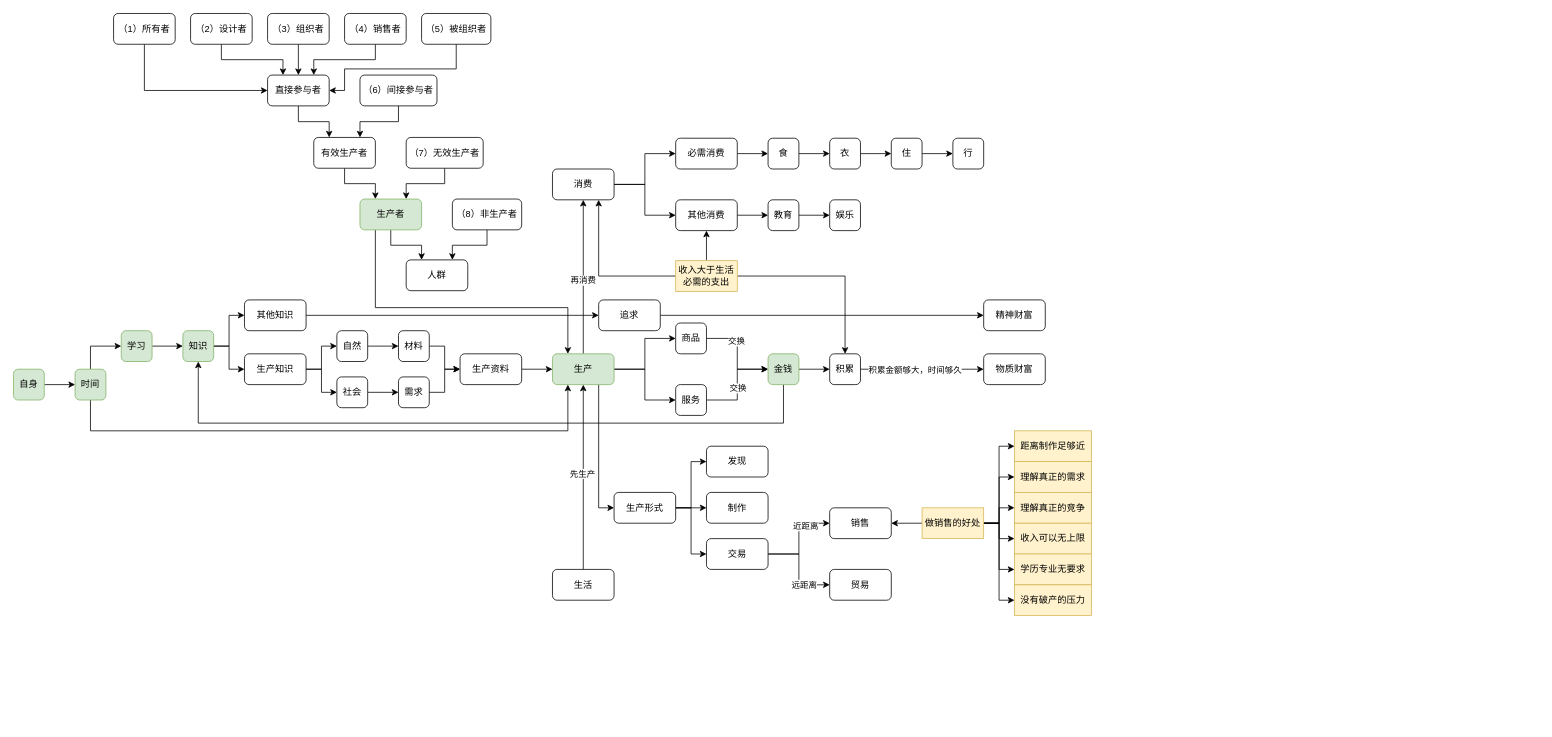
The draw.io diagram 财富的真相.drawio in yanhanfrontend/draw.io.workspace, before the edit. Source tidied: cells renumbered, new cells numbered last; positions are measured from the earlier drawing's top-left corner, leaving out a move shared by most shapes. Both pictures are drawn from the tidied source at 77%, with x=0, y=0 at pixel (13, 13).
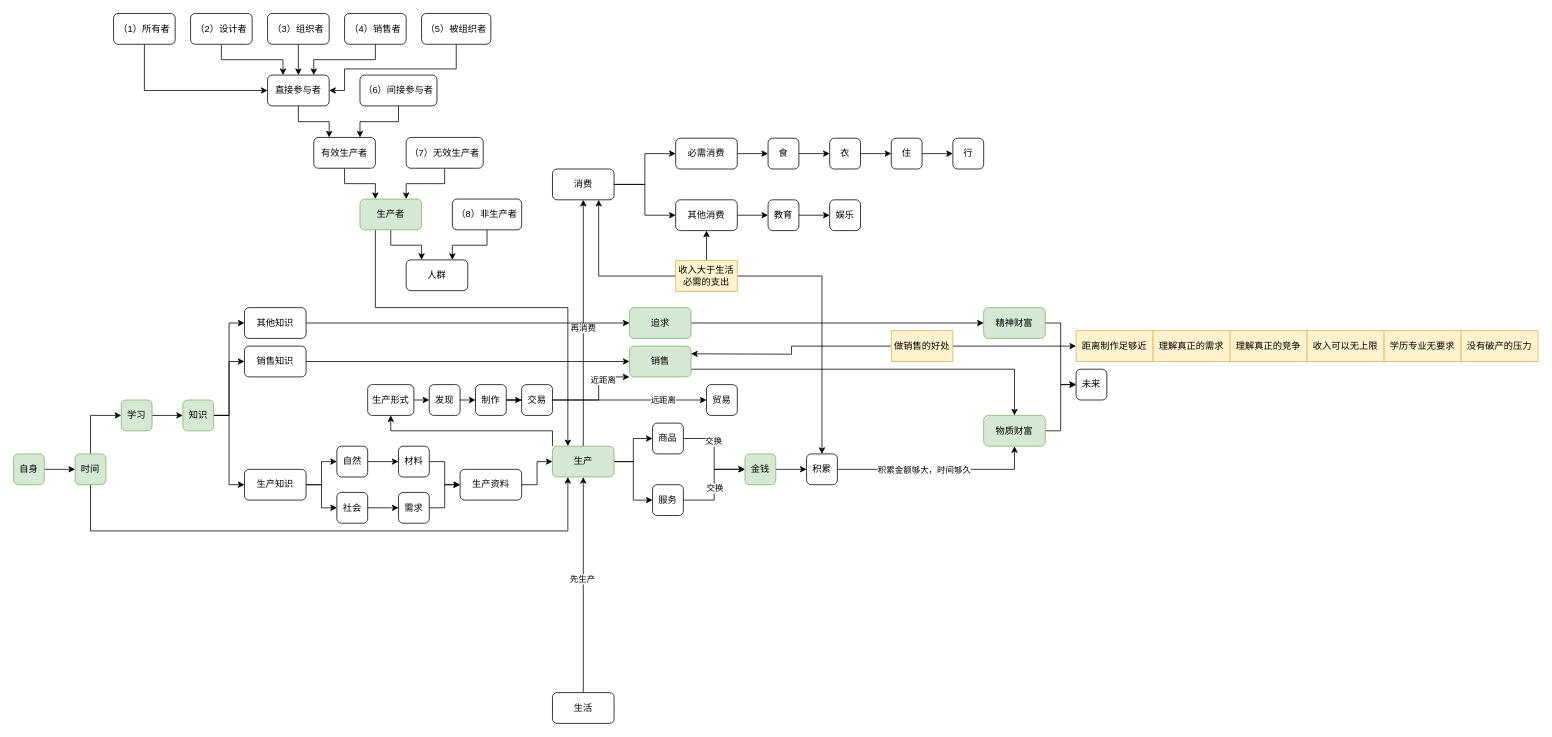
After the change.

Commit message (it also covers changes not shown here):
更新财富的真相.drawio

The edit, as a diff of the source:
```diff
@@
     <mxCell id="4" value="生活" style="rounded=1;whiteSpace=wrap;html=1;" parent="1" vertex="1">
-      <mxGeometry x="700" y="722" width="80" height="40" as="geometry" />
+      <mxGeometry x="700" y="882" width="80" height="40" as="geometry" />
     </mxCell>
@@
-    <mxCell id="9" style="edgeStyle=orthogonalEdgeStyle;rounded=0;jettySize=auto;html=1;exitX=0.75;exitY=1;exitDx=0;exitDy=0;entryX=0;entryY=0.5;entryDx=0;entryDy=0;" parent="1" edge="1" source="10" target="92">
-      <mxGeometry relative="1" as="geometry" />
+    <mxCell id="9" style="edgeStyle=orthogonalEdgeStyle;rounded=0;jettySize=auto;html=1;exitX=0;exitY=0;exitDx=0;exitDy=0;entryX=0.5;entryY=1;entryDx=0;entryDy=0;" parent="1" edge="1" source="10" target="92">
+      <mxGeometry relative="1" as="geometry">
+        <Array as="points">
+          <mxPoint x="700" y="542" />
+          <mxPoint x="490" y="542" />
+        </Array>
+      </mxGeometry>
     </mxCell>
     <mxCell id="10" value="生产" style="rounded=1;whiteSpace=wrap;html=1;fillColor=#d5e8d4;strokeColor=#82b366;" parent="1" vertex="1">
-      <mxGeometry x="700" y="442" width="80" height="40" as="geometry" />
+      <mxGeometry x="700" y="562" width="80" height="40" as="geometry" />
     </mxCell>
@@
     <mxCell id="30" value="商品" style="rounded=1;whiteSpace=wrap;html=1;" parent="1" vertex="1">
-      <mxGeometry x="860" y="402" width="40" height="40" as="geometry" />
+      <mxGeometry x="830" y="532" width="40" height="40" as="geometry" />
     </mxCell>
@@
     <mxCell id="33" value="服务" style="rounded=1;whiteSpace=wrap;html=1;" parent="1" vertex="1">
-      <mxGeometry x="860" y="482" width="40" height="40" as="geometry" />
+      <mxGeometry x="830" y="612" width="40" height="40" as="geometry" />
     </mxCell>
-    <mxCell id="34" style="edgeStyle=orthogonalEdgeStyle;rounded=0;jettySize=auto;html=1;exitX=1;exitY=0.5;exitDx=0;exitDy=0;entryX=0;entryY=0.5;entryDx=0;entryDy=0;" parent="1" edge="1" source="44" target="39">
+    <mxCell id="34" style="edgeStyle=orthogonalEdgeStyle;rounded=0;jettySize=auto;html=1;exitX=1;exitY=0.5;exitDx=0;exitDy=0;entryX=0.5;entryY=1;entryDx=0;entryDy=0;" parent="1" edge="1" source="44" target="39">
       <mxGeometry relative="1" as="geometry" />
     </mxCell>
@@
-    <mxCell id="37" style="edgeStyle=orthogonalEdgeStyle;rounded=0;jettySize=auto;html=1;exitX=0.5;exitY=1;exitDx=0;exitDy=0;entryX=0.5;entryY=1;entryDx=0;entryDy=0;" parent="1" edge="1" source="38" target="62">
-      <mxGeometry relative="1" as="geometry">
-        <Array as="points">
-          <mxPoint x="1000" y="532" />
-          <mxPoint x="240" y="532" />
-        </Array>
-      </mxGeometry>
-    </mxCell>
     <mxCell id="38" value="金钱" style="rounded=1;whiteSpace=wrap;html=1;fillColor=#d5e8d4;strokeColor=#82b366;" parent="1" vertex="1">
-      <mxGeometry x="980" y="442" width="40" height="40" as="geometry" />
+      <mxGeometry x="950" y="572" width="40" height="40" as="geometry" />
     </mxCell>
+    <mxCell id="124" style="edgeStyle=orthogonalEdgeStyle;rounded=0;jettySize=auto;html=1;exitX=1;exitY=0.5;exitDx=0;exitDy=0;entryX=0;entryY=0.5;entryDx=0;entryDy=0;" parent="1" edge="1" source="39" target="133">
+      <mxGeometry relative="1" as="geometry" />
+    </mxCell>
-    <mxCell id="39" value="物质财富" style="rounded=1;whiteSpace=wrap;html=1;" parent="1" vertex="1">
-      <mxGeometry x="1260" y="442" width="80" height="40" as="geometry" />
+    <mxCell id="39" value="物质财富" style="rounded=1;whiteSpace=wrap;html=1;fillColor=#d5e8d4;strokeColor=#82b366;" parent="1" vertex="1">
+      <mxGeometry x="1260" y="522" width="80" height="40" as="geometry" />
     </mxCell>
@@
     <mxCell id="44" value="积累" style="rounded=1;whiteSpace=wrap;html=1;" parent="1" vertex="1">
-      <mxGeometry x="1060" y="442" width="40" height="40" as="geometry" />
+      <mxGeometry x="1030" y="572" width="40" height="40" as="geometry" />
     </mxCell>
@@
     <mxCell id="46" value="生产资料" style="rounded=1;whiteSpace=wrap;html=1;" parent="1" vertex="1">
-      <mxGeometry x="580" y="442" width="80" height="40" as="geometry" />
+      <mxGeometry x="580" y="592" width="80" height="40" as="geometry" />
     </mxCell>
@@
     <mxCell id="48" value="材料" style="rounded=1;whiteSpace=wrap;html=1;" parent="1" vertex="1">
-      <mxGeometry x="500" y="412" width="40" height="40" as="geometry" />
+      <mxGeometry x="500" y="562" width="40" height="40" as="geometry" />
     </mxCell>
@@
     <mxCell id="50" value="需求" style="rounded=1;whiteSpace=wrap;html=1;" parent="1" vertex="1">
-      <mxGeometry x="500" y="472" width="40" height="40" as="geometry" />
+      <mxGeometry x="500" y="622" width="40" height="40" as="geometry" />
     </mxCell>
     <mxCell id="51" style="edgeStyle=orthogonalEdgeStyle;rounded=0;jettySize=auto;html=1;exitX=0.5;exitY=1;exitDx=0;exitDy=0;entryX=0.25;entryY=1;entryDx=0;entryDy=0;" parent="1" edge="1" source="53" target="10">
       <mxGeometry relative="1" as="geometry">
         <Array as="points">
-          <mxPoint x="100" y="542" />
-          <mxPoint x="720" y="542" />
+          <mxPoint x="100" y="672" />
+          <mxPoint x="720" y="672" />
         </Array>
       </mxGeometry>
     </mxCell>
@@
     <mxCell id="53" value="时间" style="rounded=1;whiteSpace=wrap;html=1;fillColor=#d5e8d4;strokeColor=#82b366;" parent="1" vertex="1">
-      <mxGeometry x="80" y="462" width="40" height="40" as="geometry" />
+      <mxGeometry x="80" y="572" width="40" height="40" as="geometry" />
     </mxCell>
@@
     <mxCell id="55" value="自然" style="rounded=1;whiteSpace=wrap;html=1;" parent="1" vertex="1">
-      <mxGeometry x="420" y="412" width="40" height="40" as="geometry" />
+      <mxGeometry x="420" y="562" width="40" height="40" as="geometry" />
     </mxCell>
@@
     <mxCell id="57" value="社会" style="rounded=1;whiteSpace=wrap;html=1;" parent="1" vertex="1">
-      <mxGeometry x="420" y="472" width="40" height="40" as="geometry" />
+      <mxGeometry x="420" y="622" width="40" height="40" as="geometry" />
     </mxCell>
@@
     <mxCell id="59" value="自身" style="rounded=1;whiteSpace=wrap;html=1;fillColor=#d5e8d4;strokeColor=#82b366;" parent="1" vertex="1">
-      <mxGeometry y="462" width="40" height="40" as="geometry" />
+      <mxGeometry y="572" width="40" height="40" as="geometry" />
     </mxCell>
@@
+    <mxCell id="125" style="edgeStyle=orthogonalEdgeStyle;rounded=0;jettySize=auto;html=1;exitX=1;exitY=0.5;exitDx=0;exitDy=0;entryX=0;entryY=0.5;entryDx=0;entryDy=0;" parent="1" edge="1" source="62" target="132">
+      <mxGeometry relative="1" as="geometry" />
+    </mxCell>
     <mxCell id="62" value="知识" style="rounded=1;whiteSpace=wrap;html=1;fillColor=#d5e8d4;strokeColor=#82b366;" parent="1" vertex="1">
-      <mxGeometry x="220" y="412" width="40" height="40" as="geometry" />
+      <mxGeometry x="220" y="502" width="40" height="40" as="geometry" />
     </mxCell>
@@
     <mxCell id="64" value="学习" style="rounded=1;whiteSpace=wrap;html=1;fillColor=#d5e8d4;strokeColor=#82b366;" parent="1" vertex="1">
-      <mxGeometry x="140" y="412" width="40" height="40" as="geometry" />
+      <mxGeometry x="140" y="502" width="40" height="40" as="geometry" />
     </mxCell>
@@
-    <mxCell id="90" style="edgeStyle=orthogonalEdgeStyle;rounded=0;jettySize=auto;html=1;exitX=1;exitY=0.5;exitDx=0;exitDy=0;entryX=0;entryY=0.5;entryDx=0;entryDy=0;" parent="1" edge="1" source="92" target="94">
-      <mxGeometry relative="1" as="geometry" />
-    </mxCell>
-    <mxCell id="91" style="edgeStyle=orthogonalEdgeStyle;rounded=0;jettySize=auto;html=1;exitX=1;exitY=0.5;exitDx=0;exitDy=0;entryX=0;entryY=0.5;entryDx=0;entryDy=0;" parent="1" edge="1" source="92" target="99">
-      <mxGeometry relative="1" as="geometry" />
-    </mxCell>
     <mxCell id="92" value="生产形式" style="rounded=1;whiteSpace=wrap;html=1;" parent="1" vertex="1">
-      <mxGeometry x="780" y="622" width="80" height="40" as="geometry" />
+      <mxGeometry x="460" y="482" width="60" height="40" as="geometry" />
     </mxCell>
+    <mxCell id="126" style="edgeStyle=orthogonalEdgeStyle;rounded=0;jettySize=auto;html=1;exitX=1;exitY=0.5;exitDx=0;exitDy=0;entryX=0;entryY=0.5;entryDx=0;entryDy=0;" parent="1" edge="1" source="93" target="94">
+      <mxGeometry relative="1" as="geometry" />
+    </mxCell>
     <mxCell id="93" value="发现" style="rounded=1;whiteSpace=wrap;html=1;" parent="1" vertex="1">
-      <mxGeometry x="900" y="562" width="80" height="40" as="geometry" />
+      <mxGeometry x="540" y="482" width="40" height="40" as="geometry" />
     </mxCell>
+    <mxCell id="127" style="edgeStyle=orthogonalEdgeStyle;rounded=0;jettySize=auto;html=1;exitX=1;exitY=0.5;exitDx=0;exitDy=0;" parent="1" edge="1" source="94" target="99">
+      <mxGeometry relative="1" as="geometry" />
+    </mxCell>
     <mxCell id="94" value="制作" style="rounded=1;whiteSpace=wrap;html=1;" parent="1" vertex="1">
-      <mxGeometry x="900" y="622" width="80" height="40" as="geometry" />
+      <mxGeometry x="600" y="482" width="40" height="40" as="geometry" />
     </mxCell>
-    <mxCell id="95" style="edgeStyle=orthogonalEdgeStyle;rounded=0;jettySize=auto;html=1;exitX=1;exitY=0.5;exitDx=0;exitDy=0;entryX=0;entryY=0.5;entryDx=0;entryDy=0;" parent="1" edge="1" source="99" target="100">
-      <mxGeometry relative="1" as="geometry" />
+    <mxCell id="95" style="edgeStyle=orthogonalEdgeStyle;rounded=0;jettySize=auto;html=1;exitX=1;exitY=0.5;exitDx=0;exitDy=0;entryX=0;entryY=1;entryDx=0;entryDy=0;" parent="1" edge="1" source="99" target="100">
+      <mxGeometry relative="1" as="geometry">
+        <Array as="points">
+          <mxPoint x="760" y="502" />
+          <mxPoint x="760" y="472" />
+        </Array>
+      </mxGeometry>
     </mxCell>
@@
     <mxCell id="99" value="交易" style="rounded=1;whiteSpace=wrap;html=1;" parent="1" vertex="1">
-      <mxGeometry x="900" y="682" width="80" height="40" as="geometry" />
+      <mxGeometry x="660" y="482" width="40" height="40" as="geometry" />
     </mxCell>
+    <mxCell id="128" style="edgeStyle=orthogonalEdgeStyle;rounded=0;jettySize=auto;html=1;exitX=1;exitY=0.75;exitDx=0;exitDy=0;" parent="1" edge="1" source="100" target="39">
+      <mxGeometry relative="1" as="geometry" />
+    </mxCell>
-    <mxCell id="100" value="销售" style="rounded=1;whiteSpace=wrap;html=1;" parent="1" vertex="1">
-      <mxGeometry x="1060" y="642" width="80" height="40" as="geometry" />
+    <mxCell id="100" value="销售" style="rounded=1;whiteSpace=wrap;html=1;fillColor=#d5e8d4;strokeColor=#82b366;" parent="1" vertex="1">
+      <mxGeometry x="800" y="432" width="80" height="40" as="geometry" />
     </mxCell>
     <mxCell id="101" value="贸易" style="rounded=1;whiteSpace=wrap;html=1;" parent="1" vertex="1">
-      <mxGeometry x="1060" y="722" width="80" height="40" as="geometry" />
+      <mxGeometry x="900" y="482" width="40" height="40" as="geometry" />
     </mxCell>
-    <mxCell id="102" style="edgeStyle=orthogonalEdgeStyle;rounded=0;jettySize=auto;html=1;exitX=0;exitY=0.5;exitDx=0;exitDy=0;entryX=1;entryY=0.5;entryDx=0;entryDy=0;" parent="1" edge="1" source="109" target="100">
-      <mxGeometry relative="1" as="geometry" />
-    </mxCell>
@@
-    <mxCell id="104" style="edgeStyle=orthogonalEdgeStyle;rounded=0;jettySize=auto;html=1;exitX=1;exitY=0.5;exitDx=0;exitDy=0;entryX=0;entryY=0.5;entryDx=0;entryDy=0;" parent="1" edge="1" source="109" target="111">
-      <mxGeometry relative="1" as="geometry" />
-    </mxCell>
-    <mxCell id="105" style="edgeStyle=orthogonalEdgeStyle;rounded=0;jettySize=auto;html=1;exitX=1;exitY=0.5;exitDx=0;exitDy=0;entryX=0;entryY=0.5;entryDx=0;entryDy=0;" parent="1" edge="1" source="109" target="112">
-      <mxGeometry relative="1" as="geometry" />
-    </mxCell>
-    <mxCell id="106" style="edgeStyle=orthogonalEdgeStyle;rounded=0;jettySize=auto;html=1;exitX=1;exitY=0.5;exitDx=0;exitDy=0;entryX=0;entryY=0.5;entryDx=0;entryDy=0;" parent="1" edge="1" source="109" target="113">
-      <mxGeometry relative="1" as="geometry" />
-    </mxCell>
-    <mxCell id="107" style="edgeStyle=orthogonalEdgeStyle;rounded=0;jettySize=auto;html=1;exitX=1;exitY=0.5;exitDx=0;exitDy=0;entryX=0;entryY=0.5;entryDx=0;entryDy=0;" parent="1" edge="1" source="109" target="114">
-      <mxGeometry relative="1" as="geometry" />
-    </mxCell>
-    <mxCell id="108" style="edgeStyle=orthogonalEdgeStyle;rounded=0;jettySize=auto;html=1;exitX=1;exitY=0.5;exitDx=0;exitDy=0;entryX=0;entryY=0.5;entryDx=0;entryDy=0;" parent="1" edge="1" source="109" target="115">
-      <mxGeometry relative="1" as="geometry" />
-    </mxCell>
+    <mxCell id="129" style="edgeStyle=orthogonalEdgeStyle;rounded=0;jettySize=auto;html=1;exitX=0;exitY=0.5;exitDx=0;exitDy=0;" parent="1" edge="1" source="109">
+      <mxGeometry relative="1" as="geometry">
+        <mxPoint x="880" y="442" as="targetPoint" />
+      </mxGeometry>
+    </mxCell>
     <mxCell id="109" value="做销售的好处" style="text;html=1;align=center;verticalAlign=middle;whiteSpace=wrap;rounded=0;fillColor=#fff2cc;strokeColor=#d6b656;" parent="1" vertex="1">
-      <mxGeometry x="1180" y="642" width="80" height="40" as="geometry" />
+      <mxGeometry x="1140" y="412" width="80" height="40" as="geometry" />
     </mxCell>
     <mxCell id="110" value="距离制作足够近" style="text;html=1;align=center;verticalAlign=middle;whiteSpace=wrap;rounded=0;fillColor=#fff2cc;strokeColor=#d6b656;" parent="1" vertex="1">
-      <mxGeometry x="1300" y="542" width="100" height="40" as="geometry" />
+      <mxGeometry x="1380" y="412" width="100" height="40" as="geometry" />
     </mxCell>
     <mxCell id="111" value="理解真正的需求" style="text;html=1;align=center;verticalAlign=middle;whiteSpace=wrap;rounded=0;fillColor=#fff2cc;strokeColor=#d6b656;" parent="1" vertex="1">
-      <mxGeometry x="1300" y="582" width="100" height="40" as="geometry" />
+      <mxGeometry x="1480" y="412" width="100" height="40" as="geometry" />
     </mxCell>
     <mxCell id="112" value="理解真正的竞争" style="text;html=1;align=center;verticalAlign=middle;whiteSpace=wrap;rounded=0;fillColor=#fff2cc;strokeColor=#d6b656;" parent="1" vertex="1">
-      <mxGeometry x="1300" y="622" width="100" height="40" as="geometry" />
+      <mxGeometry x="1580" y="412" width="100" height="40" as="geometry" />
     </mxCell>
     <mxCell id="113" value="收入可以无上限" style="text;html=1;align=center;verticalAlign=middle;whiteSpace=wrap;rounded=0;fillColor=#fff2cc;strokeColor=#d6b656;" parent="1" vertex="1">
-      <mxGeometry x="1300" y="662" width="100" height="40" as="geometry" />
+      <mxGeometry x="1680" y="412" width="100" height="40" as="geometry" />
     </mxCell>
     <mxCell id="114" value="学历专业无要求" style="text;html=1;align=center;verticalAlign=middle;whiteSpace=wrap;rounded=0;fillColor=#fff2cc;strokeColor=#d6b656;" parent="1" vertex="1">
-      <mxGeometry x="1300" y="702" width="100" height="40" as="geometry" />
+      <mxGeometry x="1780" y="412" width="100" height="40" as="geometry" />
     </mxCell>
     <mxCell id="115" value="没有破产的压力" style="text;html=1;align=center;verticalAlign=middle;whiteSpace=wrap;rounded=0;fillColor=#fff2cc;strokeColor=#d6b656;" parent="1" vertex="1">
-      <mxGeometry x="1300" y="742" width="100" height="40" as="geometry" />
+      <mxGeometry x="1880" y="412" width="100" height="40" as="geometry" />
     </mxCell>
@@
     <mxCell id="118" value="生产知识" style="rounded=1;whiteSpace=wrap;html=1;" parent="1" vertex="1">
-      <mxGeometry x="300" y="442" width="80" height="40" as="geometry" />
+      <mxGeometry x="300" y="592" width="80" height="40" as="geometry" />
     </mxCell>
@@
     <mxCell id="120" value="其他知识" style="rounded=1;whiteSpace=wrap;html=1;" parent="1" vertex="1">
-      <mxGeometry x="300" y="372" width="80" height="40" as="geometry" />
+      <mxGeometry x="300" y="382" width="80" height="40" as="geometry" />
     </mxCell>
+    <mxCell id="130" style="edgeStyle=orthogonalEdgeStyle;rounded=0;jettySize=auto;html=1;exitX=1;exitY=0.5;exitDx=0;exitDy=0;entryX=0;entryY=0.5;entryDx=0;entryDy=0;" parent="1" edge="1" source="121" target="133">
+      <mxGeometry relative="1" as="geometry" />
+    </mxCell>
-    <mxCell id="121" value="精神财富" style="rounded=1;whiteSpace=wrap;html=1;" parent="1" vertex="1">
-      <mxGeometry x="1260" y="372" width="80" height="40" as="geometry" />
+    <mxCell id="121" value="精神财富" style="rounded=1;whiteSpace=wrap;html=1;fillColor=#d5e8d4;strokeColor=#82b366;" parent="1" vertex="1">
+      <mxGeometry x="1260" y="382" width="80" height="40" as="geometry" />
     </mxCell>
@@
-    <mxCell id="123" value="追求" style="rounded=1;whiteSpace=wrap;html=1;" parent="1" vertex="1">
-      <mxGeometry x="760" y="372" width="80" height="40" as="geometry" />
+    <mxCell id="123" value="追求" style="rounded=1;whiteSpace=wrap;html=1;fillColor=#d5e8d4;strokeColor=#82b366;" parent="1" vertex="1">
+      <mxGeometry x="800" y="382" width="80" height="40" as="geometry" />
     </mxCell>
+    <mxCell id="131" style="edgeStyle=orthogonalEdgeStyle;rounded=0;jettySize=auto;html=1;exitX=1;exitY=0.5;exitDx=0;exitDy=0;entryX=0;entryY=0.5;entryDx=0;entryDy=0;" parent="1" edge="1" source="132" target="100">
+      <mxGeometry relative="1" as="geometry" />
+    </mxCell>
+    <mxCell id="132" value="销售知识" style="rounded=1;whiteSpace=wrap;html=1;" parent="1" vertex="1">
+      <mxGeometry x="300" y="432" width="80" height="40" as="geometry" />
+    </mxCell>
+    <mxCell id="133" value="未来" style="rounded=1;whiteSpace=wrap;html=1;" parent="1" vertex="1">
+      <mxGeometry x="1380" y="462" width="40" height="40" as="geometry" />
+    </mxCell>
```
